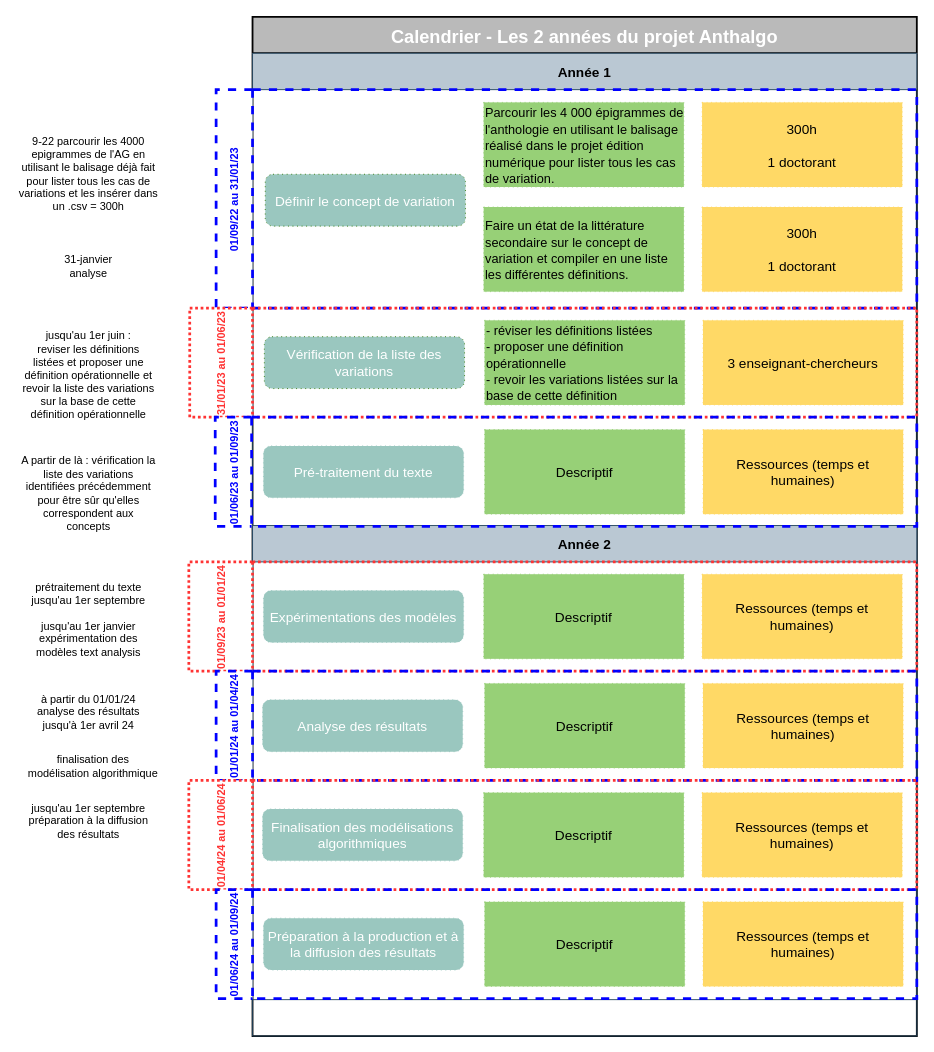
Before: Untitled Diagram.drawio in RochDLY/drawAAP, a draw.io diagram. Source tidied: cells renumbered, new cells numbered last; positions are measured from the earlier drawing's top-left corner, leaving out a move shared by most shapes. Both pictures are drawn from the tidied source at 91%, with x=0, y=0 at pixel (15, 16).
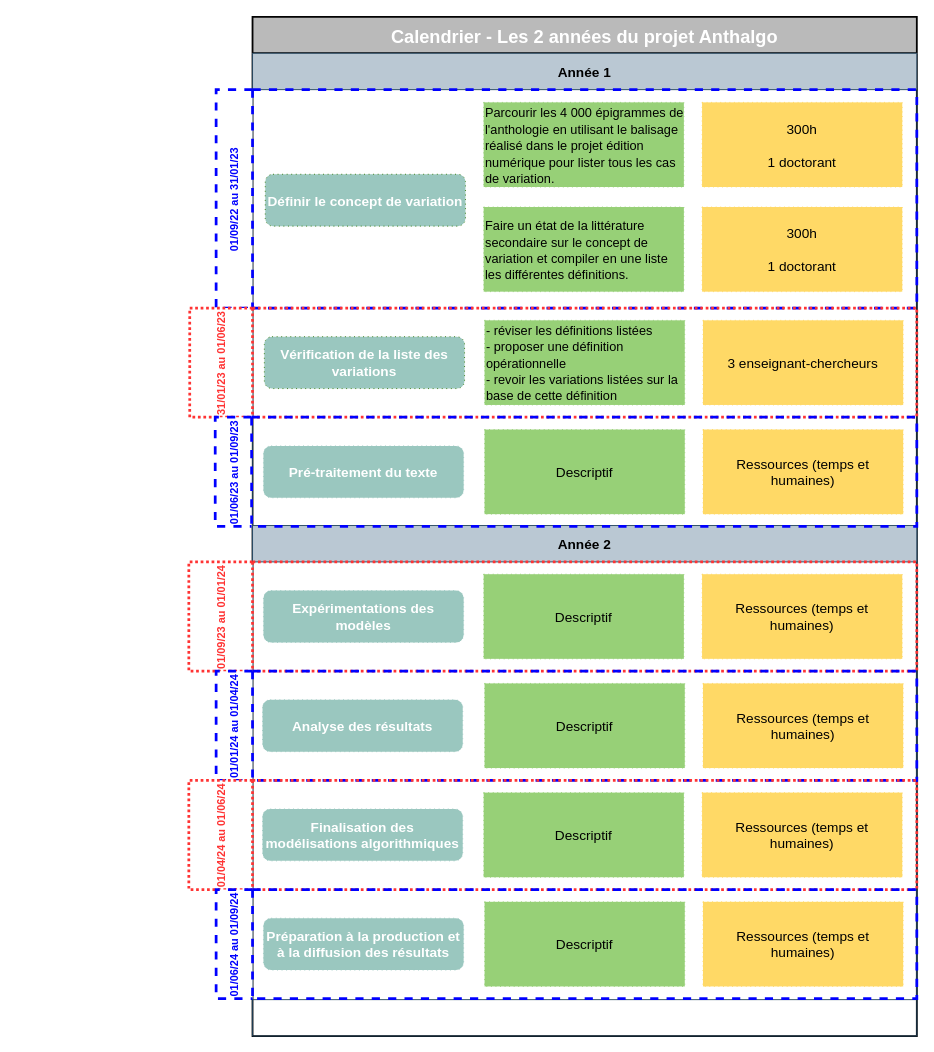
The same diagram, later.

The change refers to these unchanged cells:
```xml
<mxCell id="4" value="01/09/22 au 31/01/23" style="swimlane;horizontal=0;dashed=1;startSize=40;fontSize=12;strokeWidth=3;strokeColor=#0000FF;fontColor=#0000FF;" parent="3" vertex="1">
  <mxGeometry x="-40" y="40" width="770" height="240" as="geometry" />
</mxCell>
<mxCell id="21" value="31/01/23 au 01/06/23" style="swimlane;horizontal=0;startSize=69;fontSize=12;strokeWidth=3;strokeColor=#FF3333;fontColor=#FF3333;dashed=1;dashPattern=1 1;" parent="1" vertex="1">
  <mxGeometry x="191" y="320" width="799" height="120" as="geometry" />
</mxCell>
<mxCell id="26" value="01/06/23 au 01/09/23" style="swimlane;horizontal=0;dashed=1;startSize=40;fontSize=12;strokeWidth=3;strokeColor=#0000FF;fontColor=#0000FF;" parent="1" vertex="1">
  <mxGeometry x="219" y="440" width="771" height="120" as="geometry" />
</mxCell>
<mxCell id="31" value="01/09/23 au 01/01/24" style="swimlane;horizontal=0;dashed=1;startSize=70;fontSize=12;strokeWidth=3;strokeColor=#FF3333;fontColor=#FF3333;dashPattern=1 1;" parent="1" vertex="1">
  <mxGeometry x="190" y="599" width="800" height="120" as="geometry" />
</mxCell>
<mxCell id="36" value="01/01/24 au 01/04/24" style="swimlane;horizontal=0;dashed=1;startSize=40;fontSize=12;strokeWidth=3;strokeColor=#0000FF;fontColor=#0000FF;" parent="1" vertex="1">
  <mxGeometry x="220" y="719" width="770" height="120" as="geometry" />
</mxCell>
<mxCell id="41" value="01/04/24 au 01/06/24" style="swimlane;horizontal=0;dashed=1;startSize=70;fontSize=12;strokeWidth=3;strokeColor=#FF3333;fontColor=#FF3333;dashPattern=1 1;" parent="1" vertex="1">
  <mxGeometry x="190" y="839" width="800" height="120" as="geometry" />
</mxCell>
<mxCell id="46" value="01/06/24 au 01/09/24" style="swimlane;horizontal=0;dashed=1;startSize=40;fontSize=12;strokeWidth=3;strokeColor=#0000FF;fontColor=#0000FF;" parent="1" vertex="1">
  <mxGeometry x="220" y="959" width="770" height="120" as="geometry" />
</mxCell>
```

Change to the diagram source:
```diff
@@
-    <mxCell id="6" value="Définir le concept de variation" style="rounded=1;whiteSpace=wrap;html=1;dashed=1;fontSize=15;fillColor=#9AC7BF;strokeColor=#2D7600;dashPattern=1 4;align=center;sketch=0;fontColor=#ffffff;" parent="4" vertex="1">
+    <mxCell id="6" value="&lt;p&gt;&lt;b&gt;Définir le concept de variation&lt;/b&gt;&lt;/p&gt;" style="rounded=1;whiteSpace=wrap;html=1;dashed=1;fontSize=15;fillColor=#9AC7BF;strokeColor=#2D7600;dashPattern=1 4;align=center;sketch=0;fontColor=#ffffff;" parent="4" vertex="1">
       <mxGeometry x="54" y="93" width="220" height="57" as="geometry" />
     </mxCell>
@@
-    <mxCell id="12" value="9-22 parcourir les 4000 epigrammes de l'AG en utilisant le balisage déjà fait pour lister tous les cas de variations et les insérer dans un .csv = 300h" style="text;html=1;strokeColor=none;fillColor=none;align=center;verticalAlign=middle;whiteSpace=wrap;rounded=0;" parent="1" vertex="1">
-      <mxGeometry y="158" width="160" height="30" as="geometry" />
-    </mxCell>
-    <mxCell id="13" value="&lt;div&gt;31-janvier&lt;/div&gt;&lt;div&gt;analyse &lt;br&gt;&lt;/div&gt;" style="text;html=1;strokeColor=none;fillColor=none;align=center;verticalAlign=middle;whiteSpace=wrap;rounded=0;" parent="1" vertex="1">
-      <mxGeometry x="50" y="259" width="60" height="30" as="geometry" />
-    </mxCell>
-    <mxCell id="14" value="A partir de là : vérification la liste des variations identifiées précédemment pour être sûr qu'elles correspondent aux concepts " style="text;html=1;strokeColor=none;fillColor=none;align=center;verticalAlign=middle;whiteSpace=wrap;rounded=0;" parent="1" vertex="1">
-      <mxGeometry x="5" y="509" width="150" height="30" as="geometry" />
-    </mxCell>
-    <mxCell id="15" value="&lt;div&gt;jusqu'au 1er juin : &lt;br&gt;&lt;/div&gt;&lt;div&gt;reviser les définitions listées et proposer une définition opérationnelle et revoir la liste des variations sur la base de cette définition opérationnelle&lt;br&gt;&lt;/div&gt;" style="text;html=1;strokeColor=none;fillColor=none;align=center;verticalAlign=middle;whiteSpace=wrap;rounded=0;" parent="1" vertex="1">
-      <mxGeometry x="5" y="379" width="150" height="30" as="geometry" />
-    </mxCell>
-    <mxCell id="16" value="prétraitement du texte jusqu'au 1er septembre" style="text;html=1;strokeColor=none;fillColor=none;align=center;verticalAlign=middle;whiteSpace=wrap;rounded=0;" parent="1" vertex="1">
-      <mxGeometry x="5" y="619" width="150" height="30" as="geometry" />
-    </mxCell>
-    <mxCell id="17" value="&lt;div&gt;jusqu'au 1er janvier &lt;br&gt;&lt;/div&gt;&lt;div&gt;expérimentation des modèles text analysis&lt;br&gt;&lt;/div&gt;" style="text;html=1;strokeColor=none;fillColor=none;align=center;verticalAlign=middle;whiteSpace=wrap;rounded=0;" parent="1" vertex="1">
-      <mxGeometry x="5" y="669" width="150" height="30" as="geometry" />
-    </mxCell>
-    <mxCell id="18" value="&lt;div&gt;à partir du 01/01/24 &lt;br&gt;&lt;/div&gt;&lt;div&gt;analyse des résultats jusqu'à 1er avril 24&lt;br&gt;&lt;/div&gt;" style="text;html=1;strokeColor=none;fillColor=none;align=center;verticalAlign=middle;whiteSpace=wrap;rounded=0;" parent="1" vertex="1">
-      <mxGeometry x="5" y="749" width="150" height="30" as="geometry" />
-    </mxCell>
-    <mxCell id="19" value="finalisation des modélisation algorithmique" style="text;html=1;strokeColor=none;fillColor=none;align=center;verticalAlign=middle;whiteSpace=wrap;rounded=0;" parent="1" vertex="1">
-      <mxGeometry x="10" y="809" width="150" height="30" as="geometry" />
-    </mxCell>
-    <mxCell id="20" value="jusqu'au 1er septembre préparation à la diffusion des résultats" style="text;html=1;strokeColor=none;fillColor=none;align=center;verticalAlign=middle;whiteSpace=wrap;rounded=0;" parent="1" vertex="1">
-      <mxGeometry x="5" y="869" width="150" height="30" as="geometry" />
-    </mxCell>
@@
-    <mxCell id="25" value="Vérification de la liste des variations" style="rounded=1;whiteSpace=wrap;html=1;dashed=1;fontSize=15;fillColor=#9AC7BF;strokeColor=#2D7600;dashPattern=1 4;align=center;sketch=0;fontColor=#ffffff;" parent="21" vertex="1">
+    <mxCell id="25" value="&lt;b&gt;Vérification de la liste des variations&lt;/b&gt;" style="rounded=1;whiteSpace=wrap;html=1;dashed=1;fontSize=15;fillColor=#9AC7BF;strokeColor=#2D7600;dashPattern=1 4;align=center;sketch=0;fontColor=#ffffff;" parent="21" vertex="1">
       <mxGeometry x="82" y="31.5" width="220" height="57" as="geometry" />
     </mxCell>
@@
-    <mxCell id="30" value="Pré-traitement du texte" style="rounded=1;whiteSpace=wrap;html=1;dashed=1;fontSize=15;fillColor=#9AC7BF;strokeColor=#9AC7BF;dashPattern=1 4;align=center;sketch=0;fontColor=#ffffff;" parent="26" vertex="1">
+    <mxCell id="30" value="&lt;b&gt;Pré-traitement du texte&lt;/b&gt;" style="rounded=1;whiteSpace=wrap;html=1;dashed=1;fontSize=15;fillColor=#9AC7BF;strokeColor=#9AC7BF;dashPattern=1 4;align=center;sketch=0;fontColor=#ffffff;" parent="26" vertex="1">
       <mxGeometry x="53" y="31.5" width="220" height="57" as="geometry" />
     </mxCell>
@@
-    <mxCell id="35" value="Expérimentations des modèles" style="rounded=1;whiteSpace=wrap;html=1;dashed=1;fontSize=15;fillColor=#9AC7BF;strokeColor=#9AC7BF;dashPattern=1 4;align=center;sketch=0;fontColor=#ffffff;" parent="31" vertex="1">
+    <mxCell id="35" value="&lt;b&gt;Expérimentations des modèles&lt;/b&gt;" style="rounded=1;whiteSpace=wrap;html=1;dashed=1;fontSize=15;fillColor=#9AC7BF;strokeColor=#9AC7BF;dashPattern=1 4;align=center;sketch=0;fontColor=#ffffff;" parent="31" vertex="1">
       <mxGeometry x="82" y="31.5" width="220" height="57" as="geometry" />
     </mxCell>
@@
-    <mxCell id="40" value="Analyse des résultats" style="rounded=1;whiteSpace=wrap;html=1;dashed=1;fontSize=15;fillColor=#9AC7BF;strokeColor=#9AC7BF;dashPattern=1 4;align=center;sketch=0;fontColor=#ffffff;" parent="36" vertex="1">
+    <mxCell id="40" value="&lt;b&gt;Analyse des résultats&lt;/b&gt;" style="rounded=1;whiteSpace=wrap;html=1;dashed=1;fontSize=15;fillColor=#9AC7BF;strokeColor=#9AC7BF;dashPattern=1 4;align=center;sketch=0;fontColor=#ffffff;" parent="36" vertex="1">
       <mxGeometry x="51" y="31.5" width="220" height="57" as="geometry" />
     </mxCell>
@@
-    <mxCell id="45" value="Finalisation des modélisations algorithmiques" style="rounded=1;whiteSpace=wrap;html=1;dashed=1;fontSize=15;fillColor=#9AC7BF;strokeColor=#9AC7BF;dashPattern=1 4;align=center;sketch=0;fontColor=#ffffff;" parent="41" vertex="1">
+    <mxCell id="45" value="&lt;b&gt;Finalisation des modélisations algorithmiques&lt;/b&gt;" style="rounded=1;whiteSpace=wrap;html=1;dashed=1;fontSize=15;fillColor=#9AC7BF;strokeColor=#9AC7BF;dashPattern=1 4;align=center;sketch=0;fontColor=#ffffff;" parent="41" vertex="1">
       <mxGeometry x="81" y="31.5" width="220" height="57" as="geometry" />
     </mxCell>
@@
-    <mxCell id="50" value="Préparation à la production et à la diffusion des résultats" style="rounded=1;whiteSpace=wrap;html=1;dashed=1;fontSize=15;fillColor=#9AC7BF;strokeColor=#9AC7BF;dashPattern=1 4;align=center;sketch=0;fontColor=#ffffff;" parent="46" vertex="1">
+    <mxCell id="50" value="&lt;b&gt;Préparation à la production et à la diffusion des résultats&lt;/b&gt;" style="rounded=1;whiteSpace=wrap;html=1;dashed=1;fontSize=15;fillColor=#9AC7BF;strokeColor=#9AC7BF;dashPattern=1 4;align=center;sketch=0;fontColor=#ffffff;" parent="46" vertex="1">
       <mxGeometry x="52" y="31.5" width="220" height="57" as="geometry" />
     </mxCell>
```
